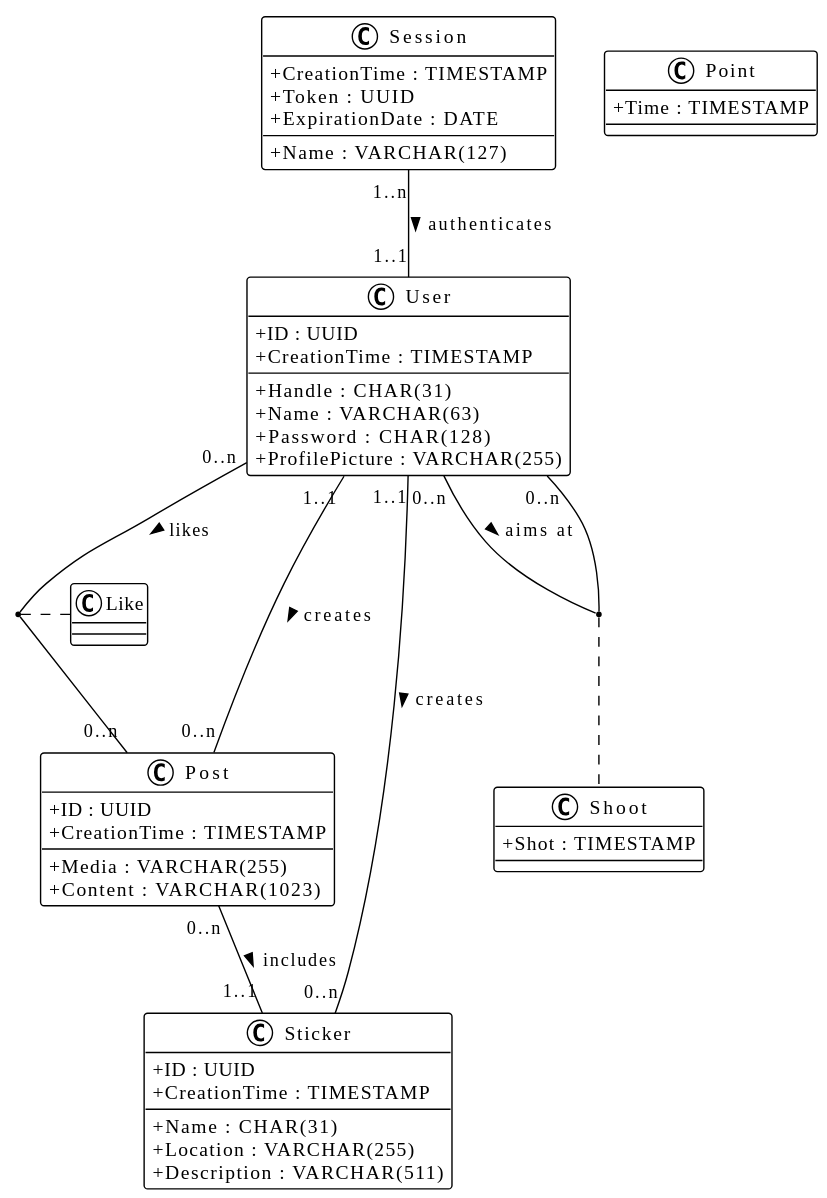
This is doc/hiddlestickUML.svg from luca-baeck/Soziales-Netzwerk, a PlantUML export, as it was before one commit.
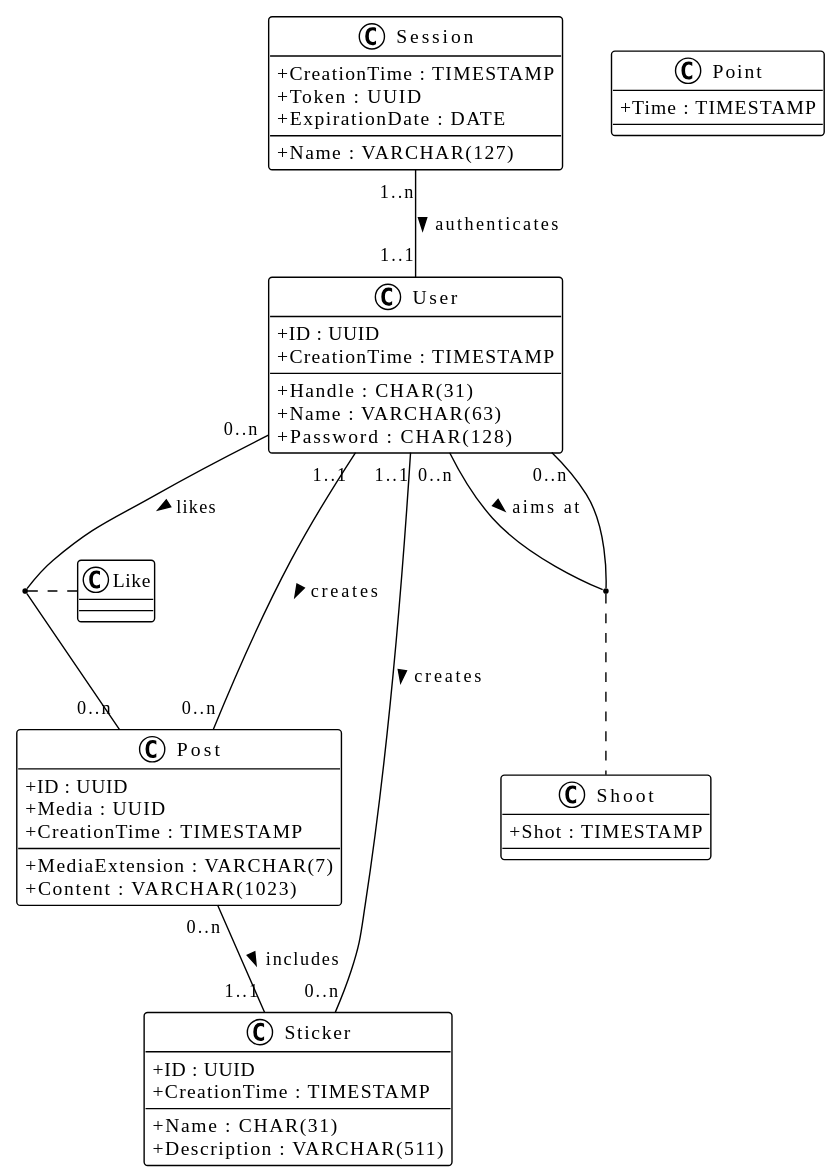
After the commit.

Change to the diagram source:
```diff
@@ -7,13 +7,13 @@
     + Handle : CHAR(31)
     + Name : VARCHAR(63)
     + Password : CHAR(128)
-    + ProfilePicture : VARCHAR(255)
     + CreationTime : TIMESTAMP
 }
 
 class Post{
     + ID : UUID
-    + Media : VARCHAR(255)
+    + Media : UUID
+    + MediaExtension : VARCHAR(7)
     + Content : VARCHAR(1023)
     + CreationTime : TIMESTAMP
 }
@@ -21,7 +21,6 @@
 class Sticker{
     + ID : UUID
     + Name : CHAR(31)
-    + Location : VARCHAR(255)
     + Description : VARCHAR(511)
     + CreationTime : TIMESTAMP
 }
```
